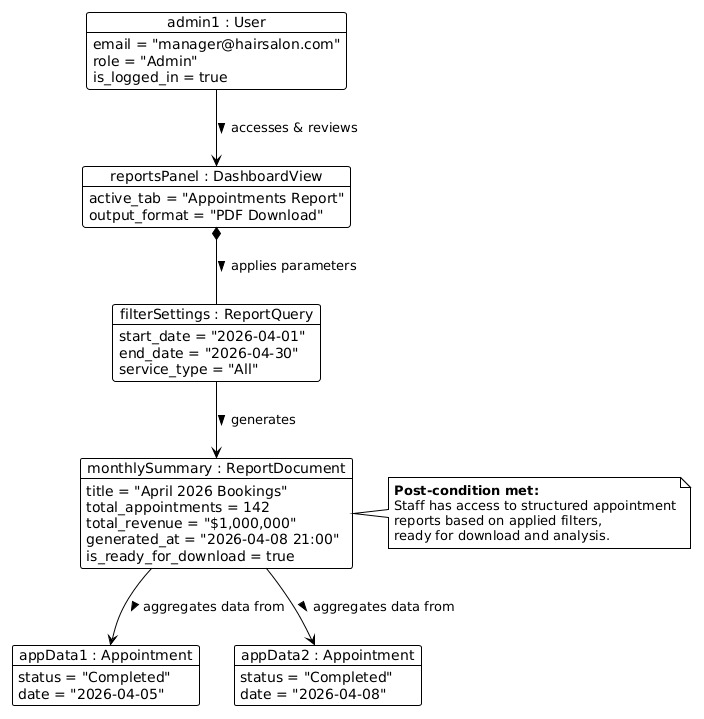
This is View_Appointment_Reports_Object_Diagram.png from mahxri/COMP2171-Hair-Booking, a PlantUML export, as it was before one commit.
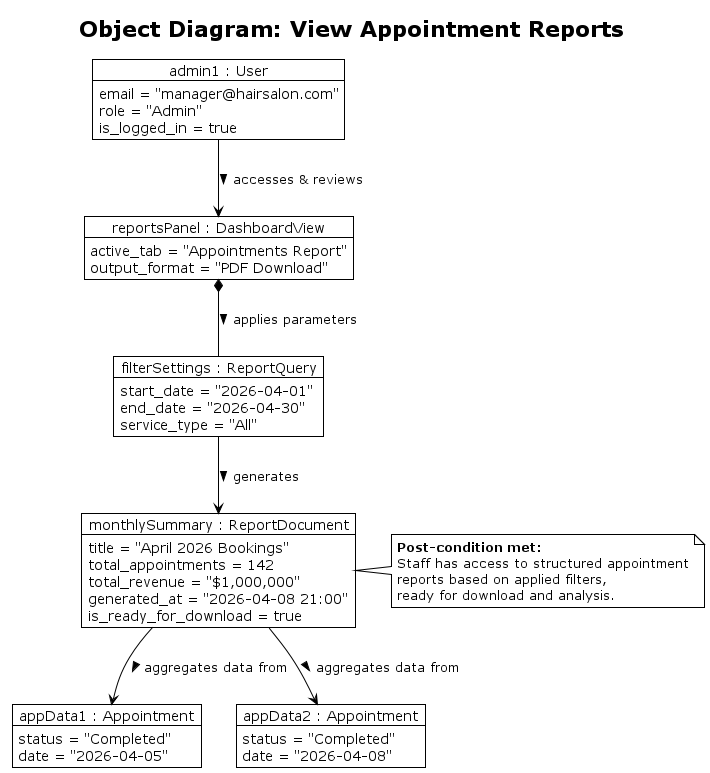
Later version of the same file.

Change to the diagram source:
```diff
@@ -1,5 +1,7 @@
-@startuml
+@startuml View_Appointment_Reports_Object_Diagram
 !theme plain
+hide empty description
+title Object Diagram: View Appointment Reports
 
 object "admin1 : User" as admin {
   email = "manager@hairsalon.com"
@@ -48,4 +50,5 @@
   reports based on applied filters,
   ready for download and analysis.
 end note
+
 @enduml
```
